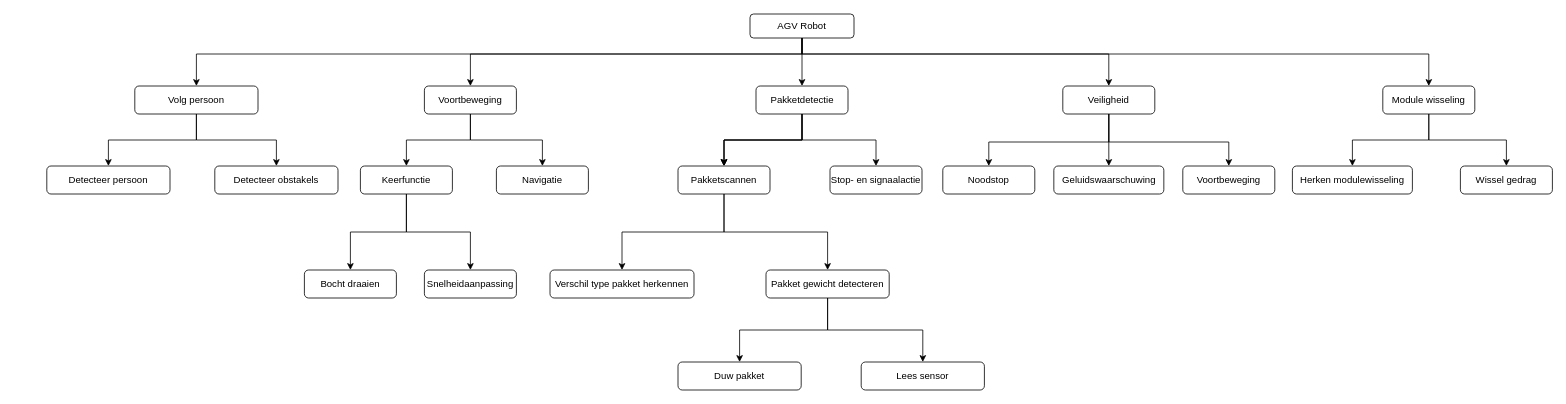
Earlier version of the draw.io diagram Project AGV/Functie-Analyse.drawio (Yamairo/Mechatronica-2024). Source tidied: cells renumbered, new cells numbered last; positions are measured from the earlier drawing's top-left corner, leaving out a move shared by most shapes. Both pictures are drawn from the tidied source at 80%, with x=0, y=0 at pixel (46, 14).
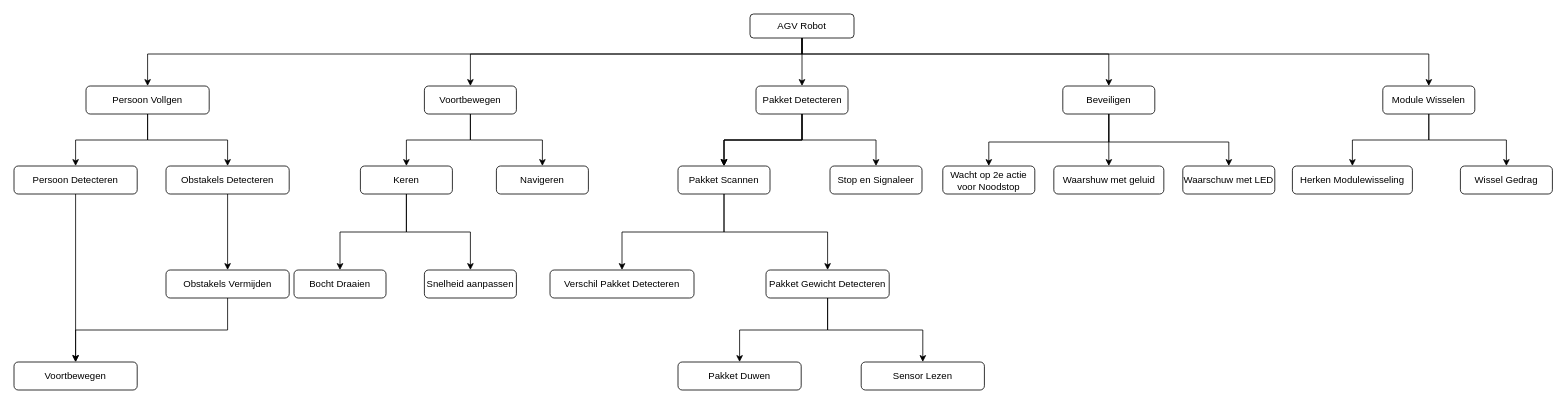
After the change.

Unchanged cells that the change refers to:
```xml
<mxCell id="7" value="AGV Robot" style="rounded=1;whiteSpace=wrap;html=1;" parent="1" vertex="1">
  <mxGeometry x="879" width="130" height="30" as="geometry" />
</mxCell>
```

The edit, as a diff of the source:
```diff
@@
-    <mxCell id="2" style="edgeStyle=orthogonalEdgeStyle;rounded=0;jettySize=auto;html=1;entryX=0.5;entryY=0;entryDx=0;entryDy=0;" parent="1" edge="1" source="7" target="46">
-      <mxGeometry relative="1" as="geometry">
-        <Array as="points">
-          <mxPoint x="944" y="50" />
-          <mxPoint x="187" y="50" />
-        </Array>
-      </mxGeometry>
-    </mxCell>
@@
+    <mxCell id="2" style="edgeStyle=orthogonalEdgeStyle;rounded=0;jettySize=auto;html=1;entryX=0.5;entryY=0;entryDx=0;entryDy=0;" parent="1" edge="1" source="7" target="46">
+      <mxGeometry relative="1" as="geometry">
+        <Array as="points">
+          <mxPoint x="944" y="50" />
+          <mxPoint x="126" y="50" />
+        </Array>
+      </mxGeometry>
+    </mxCell>
@@
-    <mxCell id="12" value="Pakketdetectie" style="whiteSpace=wrap;html=1;rounded=1;" parent="1" vertex="1">
+    <mxCell id="12" value="Pakket Detecteren" style="whiteSpace=wrap;html=1;rounded=1;" parent="1" vertex="1">
       <mxGeometry x="886.5" y="90" width="115" height="35" as="geometry" />
     </mxCell>
@@
-    <mxCell id="15" value="Voortbeweging" style="whiteSpace=wrap;html=1;rounded=1;" parent="1" vertex="1">
+    <mxCell id="15" value="Voortbewegen" style="whiteSpace=wrap;html=1;rounded=1;" parent="1" vertex="1">
       <mxGeometry x="472" y="90" width="115" height="35" as="geometry" />
     </mxCell>
@@
-    <mxCell id="19" value="Veiligheid" style="whiteSpace=wrap;html=1;rounded=1;" parent="1" vertex="1">
+    <mxCell id="19" value="Beveiligen" style="whiteSpace=wrap;html=1;rounded=1;" parent="1" vertex="1">
       <mxGeometry x="1270" y="90" width="115" height="35" as="geometry" />
     </mxCell>
@@
-    <mxCell id="22" value="Keerfunctie" style="whiteSpace=wrap;html=1;rounded=1;" parent="1" vertex="1">
+    <mxCell id="22" value="Keren" style="whiteSpace=wrap;html=1;rounded=1;" parent="1" vertex="1">
       <mxGeometry x="392" y="190" width="115" height="35" as="geometry" />
     </mxCell>
-    <mxCell id="23" value="Navigatie" style="whiteSpace=wrap;html=1;rounded=1;" parent="1" vertex="1">
+    <mxCell id="23" value="Navigeren" style="whiteSpace=wrap;html=1;rounded=1;" parent="1" vertex="1">
       <mxGeometry x="562" y="190" width="115" height="35" as="geometry" />
     </mxCell>
@@
-    <mxCell id="26" value="Pakketscannen" style="whiteSpace=wrap;html=1;rounded=1;" parent="1" vertex="1">
+    <mxCell id="26" value="Pakket Scannen" style="whiteSpace=wrap;html=1;rounded=1;" parent="1" vertex="1">
       <mxGeometry x="789" y="190" width="115" height="35" as="geometry" />
     </mxCell>
-    <mxCell id="27" value="Stop- en signaalactie" style="whiteSpace=wrap;html=1;rounded=1;" parent="1" vertex="1">
+    <mxCell id="27" value="Stop en Signaleer" style="whiteSpace=wrap;html=1;rounded=1;" parent="1" vertex="1">
       <mxGeometry x="979" y="190" width="115" height="35" as="geometry" />
     </mxCell>
-    <mxCell id="28" value="Bocht draaien" style="whiteSpace=wrap;html=1;rounded=1;" parent="1" vertex="1">
-      <mxGeometry x="322" y="320" width="115" height="35" as="geometry" />
+    <mxCell id="28" value="Bocht Draaien" style="whiteSpace=wrap;html=1;rounded=1;" parent="1" vertex="1">
+      <mxGeometry x="309" y="320" width="115" height="35" as="geometry" />
     </mxCell>
-    <mxCell id="29" value="Snelheidaanpassing" style="whiteSpace=wrap;html=1;rounded=1;" parent="1" vertex="1">
+    <mxCell id="29" value="Snelheid aanpassen" style="whiteSpace=wrap;html=1;rounded=1;" parent="1" vertex="1">
       <mxGeometry x="472" y="320" width="115" height="35" as="geometry" />
     </mxCell>
-    <mxCell id="30" value="Noodstop" style="whiteSpace=wrap;html=1;rounded=1;" parent="1" vertex="1">
+    <mxCell id="30" value="Wacht op 2e actie voor Noodstop" style="whiteSpace=wrap;html=1;rounded=1;" parent="1" vertex="1">
       <mxGeometry x="1120" y="190" width="115" height="35" as="geometry" />
     </mxCell>
-    <mxCell id="31" value="Geluidswaarschuwing" style="whiteSpace=wrap;html=1;rounded=1;" parent="1" vertex="1">
+    <mxCell id="31" value="Waarshuw met geluid" style="whiteSpace=wrap;html=1;rounded=1;" parent="1" vertex="1">
       <mxGeometry x="1258.8" y="190" width="137.5" height="35" as="geometry" />
     </mxCell>
-    <mxCell id="32" value="Voortbeweging" style="whiteSpace=wrap;html=1;rounded=1;" parent="1" vertex="1">
+    <mxCell id="32" value="Waarschuw met LED" style="whiteSpace=wrap;html=1;rounded=1;" parent="1" vertex="1">
       <mxGeometry x="1420" y="190" width="115" height="35" as="geometry" />
     </mxCell>
-    <mxCell id="33" value="Verschil type pakket herkennen" style="whiteSpace=wrap;html=1;rounded=1;" parent="1" vertex="1">
+    <mxCell id="33" value="Verschil Pakket Detecteren" style="whiteSpace=wrap;html=1;rounded=1;" parent="1" vertex="1">
       <mxGeometry x="629" y="320" width="180" height="35" as="geometry" />
     </mxCell>
@@
-    <mxCell id="36" value="Pakket gewicht detecteren" style="whiteSpace=wrap;html=1;rounded=1;" parent="1" vertex="1">
+    <mxCell id="36" value="Pakket Gewicht Detecteren" style="whiteSpace=wrap;html=1;rounded=1;" parent="1" vertex="1">
       <mxGeometry x="899" y="320" width="154" height="35" as="geometry" />
     </mxCell>
@@
-    <mxCell id="39" value="Module wisseling" style="whiteSpace=wrap;html=1;rounded=1;" parent="1" vertex="1">
+    <mxCell id="39" value="Module Wisselen" style="whiteSpace=wrap;html=1;rounded=1;" parent="1" vertex="1">
       <mxGeometry x="1670" y="90" width="115" height="35" as="geometry" />
     </mxCell>
-    <mxCell id="40" value="Herken modulewisseling" style="whiteSpace=wrap;html=1;rounded=1;" parent="1" vertex="1">
+    <mxCell id="40" value="Herken Modulewisseling" style="whiteSpace=wrap;html=1;rounded=1;" parent="1" vertex="1">
       <mxGeometry x="1557" y="190" width="150" height="35" as="geometry" />
     </mxCell>
-    <mxCell id="41" value="Wissel gedrag" style="whiteSpace=wrap;html=1;rounded=1;" parent="1" vertex="1">
+    <mxCell id="41" value="Wissel Gedrag" style="whiteSpace=wrap;html=1;rounded=1;" parent="1" vertex="1">
       <mxGeometry x="1767" y="190" width="115" height="35" as="geometry" />
     </mxCell>
-    <mxCell id="42" value="Duw pakket" style="whiteSpace=wrap;html=1;rounded=1;" parent="1" vertex="1">
+    <mxCell id="42" value="Pakket Duwen" style="whiteSpace=wrap;html=1;rounded=1;" parent="1" vertex="1">
       <mxGeometry x="789" y="435" width="154" height="35" as="geometry" />
     </mxCell>
-    <mxCell id="43" value="Lees sensor" style="whiteSpace=wrap;html=1;rounded=1;" parent="1" vertex="1">
+    <mxCell id="43" value="Sensor Lezen" style="whiteSpace=wrap;html=1;rounded=1;" parent="1" vertex="1">
       <mxGeometry x="1018" y="435" width="154" height="35" as="geometry" />
     </mxCell>
@@
-    <mxCell id="46" value="Volg persoon" style="whiteSpace=wrap;html=1;rounded=1;" parent="1" vertex="1">
-      <mxGeometry x="110" y="90" width="154" height="35" as="geometry" />
+    <mxCell id="46" value="Persoon Vollgen" style="whiteSpace=wrap;html=1;rounded=1;" parent="1" vertex="1">
+      <mxGeometry x="49" y="90" width="154" height="35" as="geometry" />
     </mxCell>
+    <mxCell id="49" style="edgeStyle=orthogonalEdgeStyle;rounded=0;jettySize=auto;html=1;" parent="1" edge="1" source="47" target="51">
+      <mxGeometry relative="1" as="geometry" />
+    </mxCell>
-    <mxCell id="47" value="Detecteer persoon" style="whiteSpace=wrap;html=1;rounded=1;" parent="1" vertex="1">
-      <mxGeometry y="190" width="154" height="35" as="geometry" />
+    <mxCell id="47" value="Persoon Detecteren" style="whiteSpace=wrap;html=1;rounded=1;" parent="1" vertex="1">
+      <mxGeometry x="-41" y="190" width="154" height="35" as="geometry" />
     </mxCell>
+    <mxCell id="50" style="edgeStyle=orthogonalEdgeStyle;rounded=0;jettySize=auto;html=1;" parent="1" edge="1" source="48" target="53">
+      <mxGeometry relative="1" as="geometry" />
+    </mxCell>
-    <mxCell id="48" value="Detecteer obstakels" style="whiteSpace=wrap;html=1;rounded=1;" parent="1" vertex="1">
-      <mxGeometry x="210" y="190" width="154" height="35" as="geometry" />
+    <mxCell id="48" value="Obstakels Detecteren" style="whiteSpace=wrap;html=1;rounded=1;" parent="1" vertex="1">
+      <mxGeometry x="149" y="190" width="154" height="35" as="geometry" />
     </mxCell>
+    <mxCell id="51" value="Voortbewegen" style="whiteSpace=wrap;html=1;rounded=1;" parent="1" vertex="1">
+      <mxGeometry x="-41" y="435" width="154" height="35" as="geometry" />
+    </mxCell>
+    <mxCell id="52" style="edgeStyle=orthogonalEdgeStyle;rounded=0;jettySize=auto;html=1;exitX=0.5;exitY=1;exitDx=0;exitDy=0;entryX=0.5;entryY=0;entryDx=0;entryDy=0;" parent="1" edge="1" source="53" target="51">
+      <mxGeometry relative="1" as="geometry" />
+    </mxCell>
+    <mxCell id="53" value="Obstakels Vermijden" style="whiteSpace=wrap;html=1;rounded=1;" parent="1" vertex="1">
+      <mxGeometry x="149" y="320" width="154" height="35" as="geometry" />
+    </mxCell>
```
